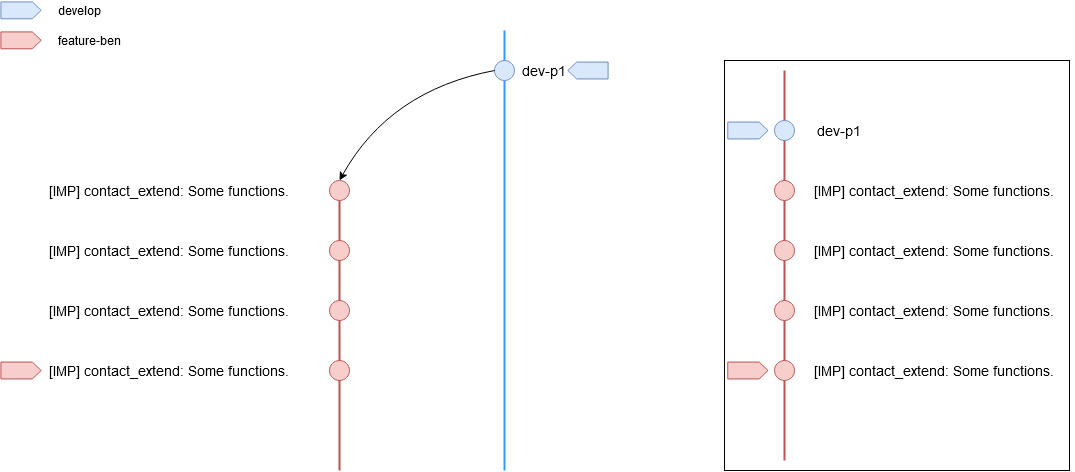
This is gitBranchModel/createPersonalBranch.png from alreadytakenn/images, a draw.io export, as it was before one commit. Source tidied: cells renumbered, new cells last; positions are measured from the earlier drawing's top-left corner, leaving out a move shared by most shapes.
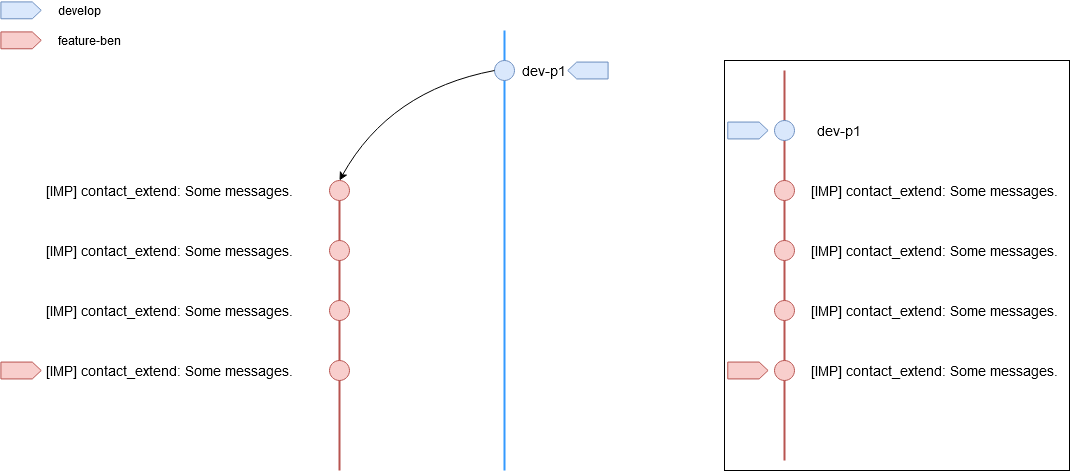
After the change.

What changed in the source:
```diff
@@ -39,16 +39,16 @@
     <mxCell id="12" value="dev-p1" style="text;html=1;strokeColor=none;fillColor=none;align=center;verticalAlign=middle;whiteSpace=wrap;rounded=0;fontSize=14;" parent="1" vertex="1">
       <mxGeometry x="502" y="70" width="60" height="20" as="geometry" />
     </mxCell>
-    <mxCell id="13" value="[IMP] contact_extend: Some functions." style="text;html=1;strokeColor=none;fillColor=none;align=center;verticalAlign=middle;whiteSpace=wrap;rounded=0;fontSize=14;" parent="1" vertex="1">
+    <mxCell id="13" value="[IMP] contact_extend: Some messages." style="text;html=1;strokeColor=none;fillColor=none;align=center;verticalAlign=middle;whiteSpace=wrap;rounded=0;fontSize=14;" parent="1" vertex="1">
       <mxGeometry x="17" y="190" width="280" height="20" as="geometry" />
     </mxCell>
-    <mxCell id="14" value="[IMP] contact_extend: Some functions." style="text;html=1;strokeColor=none;fillColor=none;align=center;verticalAlign=middle;whiteSpace=wrap;rounded=0;fontSize=14;" parent="1" vertex="1">
+    <mxCell id="14" value="[IMP] contact_extend: Some messages." style="text;html=1;strokeColor=none;fillColor=none;align=center;verticalAlign=middle;whiteSpace=wrap;rounded=0;fontSize=14;" parent="1" vertex="1">
       <mxGeometry x="17" y="310" width="280" height="20" as="geometry" />
     </mxCell>
-    <mxCell id="15" value="[IMP] contact_extend: Some functions." style="text;html=1;strokeColor=none;fillColor=none;align=center;verticalAlign=middle;whiteSpace=wrap;rounded=0;fontSize=14;" parent="1" vertex="1">
+    <mxCell id="15" value="[IMP] contact_extend: Some messages." style="text;html=1;strokeColor=none;fillColor=none;align=center;verticalAlign=middle;whiteSpace=wrap;rounded=0;fontSize=14;" parent="1" vertex="1">
       <mxGeometry x="17" y="250" width="280" height="20" as="geometry" />
     </mxCell>
-    <mxCell id="16" value="[IMP] contact_extend: Some functions." style="text;html=1;strokeColor=none;fillColor=none;align=center;verticalAlign=middle;whiteSpace=wrap;rounded=0;fontSize=14;" parent="1" vertex="1">
+    <mxCell id="16" value="[IMP] contact_extend: Some messages." style="text;html=1;strokeColor=none;fillColor=none;align=center;verticalAlign=middle;whiteSpace=wrap;rounded=0;fontSize=14;" parent="1" vertex="1">
       <mxGeometry x="17" y="370" width="280" height="20" as="geometry" />
     </mxCell>
     <mxCell id="17" style="ellipse;whiteSpace=wrap;html=1;fillColor=#f8cecc;strokeColor=#b85450;" parent="1" vertex="1">
@@ -69,16 +69,16 @@
     <mxCell id="22" value="dev-p1" style="text;html=1;strokeColor=none;fillColor=none;align=center;verticalAlign=middle;whiteSpace=wrap;rounded=0;fontSize=14;" parent="1" vertex="1">
       <mxGeometry x="797" y="130" width="60" height="20" as="geometry" />
     </mxCell>
-    <mxCell id="23" value="[IMP] contact_extend: Some functions." style="text;html=1;strokeColor=none;fillColor=none;align=center;verticalAlign=middle;whiteSpace=wrap;rounded=0;fontSize=14;" parent="1" vertex="1">
+    <mxCell id="23" value="[IMP] contact_extend: Some messages." style="text;html=1;strokeColor=none;fillColor=none;align=center;verticalAlign=middle;whiteSpace=wrap;rounded=0;fontSize=14;" parent="1" vertex="1">
       <mxGeometry x="782" y="190" width="280" height="20" as="geometry" />
     </mxCell>
-    <mxCell id="24" value="[IMP] contact_extend: Some functions." style="text;html=1;strokeColor=none;fillColor=none;align=center;verticalAlign=middle;whiteSpace=wrap;rounded=0;fontSize=14;" parent="1" vertex="1">
+    <mxCell id="24" value="[IMP] contact_extend: Some messages." style="text;html=1;strokeColor=none;fillColor=none;align=center;verticalAlign=middle;whiteSpace=wrap;rounded=0;fontSize=14;" parent="1" vertex="1">
       <mxGeometry x="782" y="370" width="280" height="20" as="geometry" />
     </mxCell>
-    <mxCell id="25" value="[IMP] contact_extend: Some functions." style="text;html=1;strokeColor=none;fillColor=none;align=center;verticalAlign=middle;whiteSpace=wrap;rounded=0;fontSize=14;" parent="1" vertex="1">
+    <mxCell id="25" value="[IMP] contact_extend: Some messages." style="text;html=1;strokeColor=none;fillColor=none;align=center;verticalAlign=middle;whiteSpace=wrap;rounded=0;fontSize=14;" parent="1" vertex="1">
       <mxGeometry x="782" y="250" width="280" height="20" as="geometry" />
     </mxCell>
-    <mxCell id="26" value="[IMP] contact_extend: Some functions." style="text;html=1;strokeColor=none;fillColor=none;align=center;verticalAlign=middle;whiteSpace=wrap;rounded=0;fontSize=14;" parent="1" vertex="1">
+    <mxCell id="26" value="[IMP] contact_extend: Some messages." style="text;html=1;strokeColor=none;fillColor=none;align=center;verticalAlign=middle;whiteSpace=wrap;rounded=0;fontSize=14;" parent="1" vertex="1">
       <mxGeometry x="782" y="310" width="280" height="20" as="geometry" />
     </mxCell>
     <mxCell id="27" style="shape=offPageConnector;whiteSpace=wrap;html=1;fillColor=#f8cecc;rotation=-90;size=0.22148571428571553;strokeColor=#b85450;" parent="1" vertex="1">
```
